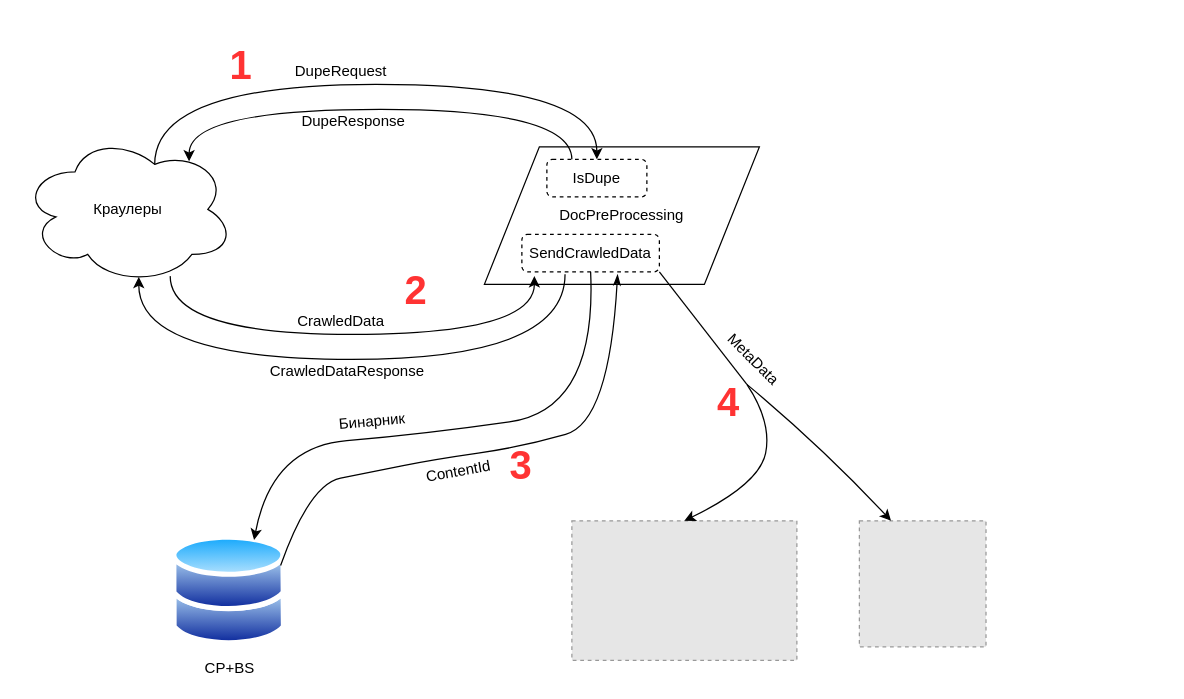
Earlier version of the draw.io diagram Untitled Diagram.drawio (kaktusss123/0_git_basics). Source tidied: cells renumbered, new cells numbered last; positions are measured from the earlier drawing's top-left corner, leaving out a move shared by most shapes. Both pictures are drawn from the tidied source at 125%, with x=0, y=0 at pixel (21, 34). Pictures stored in the file or linked from it are replaced by grey dashed boxes.
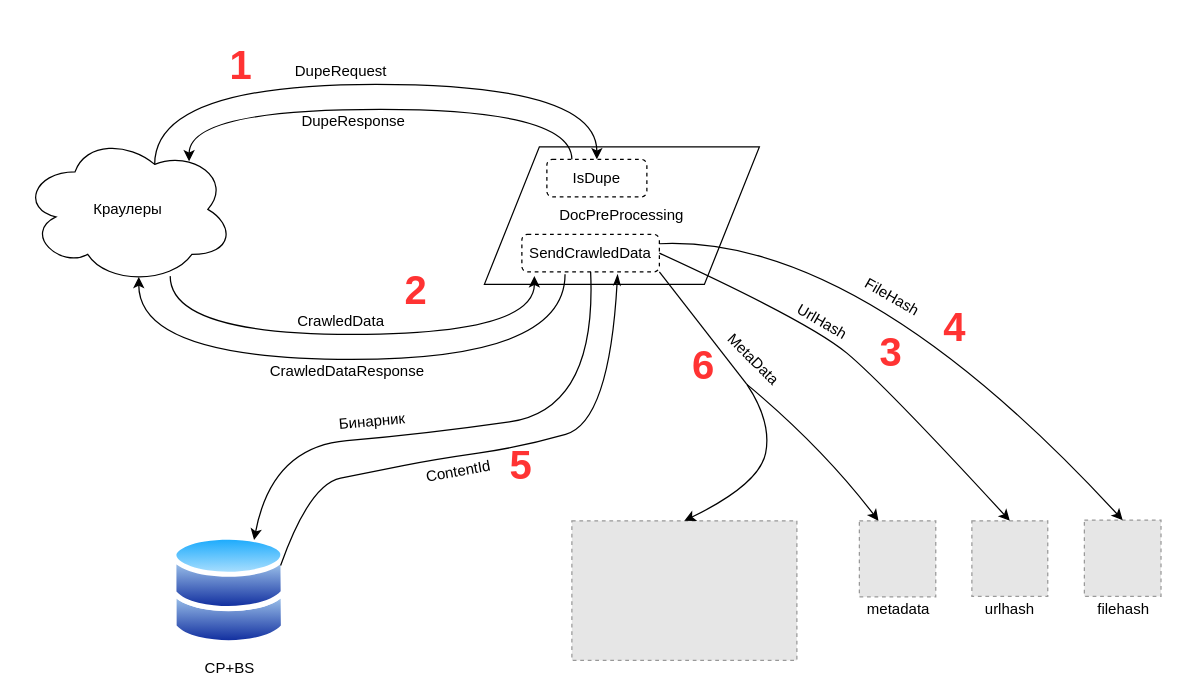
The same page after the edit.

The change refers to these unchanged cells:
```xml
<mxCell id="13" value="SendCrawledData" style="rounded=1;whiteSpace=wrap;html=1;dashed=1;" parent="1" vertex="1">
  <mxGeometry x="400" y="160" width="110" height="30" as="geometry" />
</mxCell>
```

The edit, as a diff of the source:
```diff
@@
     <mxCell id="20" style="fillColor=#E6E6E6;strokeColor=#999999;dashed=1;verticalLabelPosition=bottom;labelBackgroundColor=#ffffff;verticalAlign=top;" parent="1" vertex="1">
-      <mxGeometry x="670" y="389.1" width="101.3" height="100.9" as="geometry" />
+      <mxGeometry x="670" y="389.1" width="61.1" height="60.9" as="geometry" />
     </mxCell>
@@
-    <mxCell id="27" value="&lt;h1&gt;&lt;font color=&quot;#ff3333&quot; style=&quot;font-size: 32px&quot;&gt;3&lt;/font&gt;&lt;/h1&gt;" style="text;html=1;align=center;verticalAlign=middle;" parent="1" vertex="1">
+    <mxCell id="27" value="&lt;h1&gt;&lt;font color=&quot;#ff3333&quot; style=&quot;font-size: 32px&quot;&gt;5&lt;/font&gt;&lt;/h1&gt;" style="text;html=1;align=center;verticalAlign=middle;" parent="1" vertex="1">
       <mxGeometry x="384" y="320" width="30" height="50" as="geometry" />
     </mxCell>
-    <mxCell id="28" value="&lt;h1&gt;&lt;font color=&quot;#ff3333&quot; style=&quot;font-size: 32px&quot;&gt;4&lt;/font&gt;&lt;/h1&gt;" style="text;html=1;align=center;verticalAlign=middle;" parent="1" vertex="1">
-      <mxGeometry x="550" y="270" width="30" height="50" as="geometry" />
+    <mxCell id="28" value="&lt;h1&gt;&lt;font color=&quot;#ff3333&quot; style=&quot;font-size: 32px&quot;&gt;6&lt;/font&gt;&lt;/h1&gt;" style="text;html=1;align=center;verticalAlign=middle;" parent="1" vertex="1">
+      <mxGeometry x="530" y="240" width="30" height="50" as="geometry" />
     </mxCell>
+    <mxCell id="29" style="fillColor=#E6E6E6;strokeColor=#999999;dashed=1;verticalLabelPosition=bottom;labelBackgroundColor=#ffffff;verticalAlign=top;" parent="1" vertex="1">
+      <mxGeometry x="760" y="389.1" width="60.7" height="60.4" as="geometry" />
+    </mxCell>
+    <mxCell id="30" style="fillColor=#E6E6E6;strokeColor=#999999;dashed=1;verticalLabelPosition=bottom;labelBackgroundColor=#ffffff;verticalAlign=top;" parent="1" vertex="1">
+      <mxGeometry x="850" y="388.6" width="61.3" height="61" as="geometry" />
+    </mxCell>
+    <mxCell id="31" value="metadata" style="text;html=1;align=center;verticalAlign=middle;" parent="1" vertex="1">
+      <mxGeometry x="665.6" y="450" width="70" height="20" as="geometry" />
+    </mxCell>
+    <mxCell id="32" value="urlhash" style="text;html=1;align=center;verticalAlign=middle;" parent="1" vertex="1">
+      <mxGeometry x="765.3" y="450" width="50" height="20" as="geometry" />
+    </mxCell>
+    <mxCell id="33" value="filehash" style="text;html=1;align=center;verticalAlign=middle;" parent="1" vertex="1">
+      <mxGeometry x="850.6" y="450" width="60" height="20" as="geometry" />
+    </mxCell>
+    <mxCell id="34" style="curved=1;endArrow=classic;html=1;exitX=1;exitY=0.5;exitDx=0;exitDy=0;entryX=0.5;entryY=0;entryDx=0;entryDy=0;" parent="1" edge="1" source="13" target="29">
+      <mxGeometry relative="1" as="geometry">
+        <Array as="points">
+          <mxPoint x="630" y="230" />
+          <mxPoint x="690" y="280" />
+        </Array>
+      </mxGeometry>
+    </mxCell>
+    <mxCell id="35" value="UrlHash" style="text;html=1;align=center;verticalAlign=middle;rotation=30;" parent="1" vertex="1">
+      <mxGeometry x="610" y="220" width="60" height="20" as="geometry" />
+    </mxCell>
+    <mxCell id="36" style="curved=1;endArrow=classic;html=1;exitX=1;exitY=0.25;exitDx=0;exitDy=0;entryX=0.5;entryY=0;entryDx=0;entryDy=0;" parent="1" edge="1" source="13" target="30">
+      <mxGeometry relative="1" as="geometry">
+        <Array as="points">
+          <mxPoint x="670" y="160" />
+        </Array>
+      </mxGeometry>
+    </mxCell>
+    <mxCell id="37" value="FileHash" style="text;html=1;align=center;verticalAlign=middle;rotation=30;" parent="1" vertex="1">
+      <mxGeometry x="665.6" y="200" width="60" height="20" as="geometry" />
+    </mxCell>
+    <mxCell id="38" value="&lt;h1&gt;&lt;font color=&quot;#ff3333&quot; style=&quot;font-size: 32px&quot;&gt;4&lt;/font&gt;&lt;/h1&gt;" style="text;html=1;align=center;verticalAlign=middle;" parent="1" vertex="1">
+      <mxGeometry x="731.1" y="210" width="30" height="50" as="geometry" />
+    </mxCell>
+    <mxCell id="39" value="&lt;h1&gt;&lt;font color=&quot;#ff3333&quot; style=&quot;font-size: 32px&quot;&gt;3&lt;/font&gt;&lt;/h1&gt;" style="text;html=1;align=center;verticalAlign=middle;" parent="1" vertex="1">
+      <mxGeometry x="680" y="230" width="30" height="50" as="geometry" />
+    </mxCell>
```
